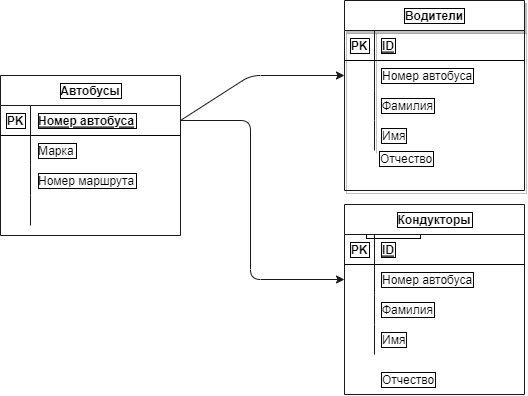
Earlier version of the draw.io export HomeWorks/IntroToDataBase/Lesson1/Структура.drawio.png (VasiliyMikhaylov91/HomeWorks_C-). Source tidied: cells renumbered, new cells last; positions are measured from the earlier drawing's top-left corner, leaving out a move shared by most shapes.
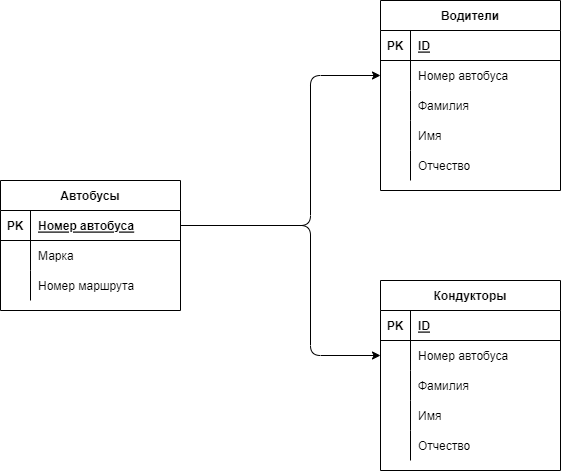
Above is the later version.

Commit message:
Correct image Lesson1 ITDB

What changed in the source:
```diff
@@ -2,146 +2,147 @@
   <root>
     <mxCell id="0" />
     <mxCell id="1" parent="0" />
-    <mxCell id="2" value="Автобусы" style="shape=table;startSize=30;rowLines=0;fontStyle=1;align=center;labelBackgroundColor=default;labelBorderColor=default;swimlaneFillColor=none;gradientColor=none;strokeColor=#1A1A1A;" parent="1" vertex="1">
-      <mxGeometry y="75" width="180" height="160" as="geometry" />
+    <mxCell id="2" value="Автобусы" style="shape=table;startSize=30;rowLines=0;fontStyle=1;align=center;" parent="1" vertex="1">
+      <mxGeometry x="50" y="265" width="180" height="130" as="geometry" />
     </mxCell>
-    <mxCell id="3" style="shape=partialRectangle;fillColor=none;top=0;left=0;bottom=1;right=0;points=[[0,0.5],[1,0.5]];portConstraint=eastwest;labelBackgroundColor=default;labelBorderColor=default;" parent="2" vertex="1">
-      <mxGeometry y="30" width="180" height="30" as="geometry" />
-    </mxCell>
-    <mxCell id="4" value="PK" style="shape=partialRectangle;fillColor=none;top=0;left=0;bottom=0;right=0;fontStyle=1;overflow=hidden;labelBackgroundColor=default;labelBorderColor=default;" parent="3" vertex="1">
-      <mxGeometry width="30" height="30" as="geometry" />
-    </mxCell>
-    <mxCell id="5" value="Номер автобуса" style="shape=partialRectangle;fillColor=none;top=0;left=0;bottom=0;right=0;align=left;spacingLeft=6;fontStyle=5;overflow=hidden;labelBackgroundColor=default;labelBorderColor=default;" parent="3" vertex="1">
-      <mxGeometry x="30" width="150" height="30" as="geometry" />
-    </mxCell>
-    <mxCell id="6" style="shape=partialRectangle;fillColor=none;top=0;left=0;bottom=0;right=0;labelBackgroundColor=default;labelBorderColor=default;" parent="2" vertex="1">
-      <mxGeometry y="60" width="180" height="30" as="geometry" />
-    </mxCell>
-    <mxCell id="7" style="shape=partialRectangle;fillColor=none;top=0;left=0;bottom=0;right=0;overflow=hidden;labelBackgroundColor=default;labelBorderColor=default;" parent="6" vertex="1">
-      <mxGeometry width="30" height="30" as="geometry" />
-    </mxCell>
+    <mxCell id="46" style="shape=partialRectangle;fillColor=none;top=0;left=0;bottom=1;right=0;points=[[0,0.5],[1,0.5]];portConstraint=eastwest;" parent="2" vertex="1">
+      <mxGeometry y="30" width="180" height="30" as="geometry" />
+    </mxCell>
+    <mxCell id="47" value="PK" style="shape=partialRectangle;fillColor=none;top=0;left=0;bottom=0;right=0;fontStyle=1;overflow=hidden;" parent="46" vertex="1">
+      <mxGeometry width="30" height="30" as="geometry" />
+    </mxCell>
+    <mxCell id="48" value="Номер автобуса" style="shape=partialRectangle;fillColor=none;top=0;left=0;bottom=0;right=0;align=left;spacingLeft=6;fontStyle=5;overflow=hidden;" parent="46" vertex="1">
+      <mxGeometry x="30" width="150" height="30" as="geometry" />
+    </mxCell>
+    <mxCell id="49" style="shape=partialRectangle;fillColor=none;top=0;left=0;bottom=0;right=0;" parent="2" vertex="1">
+      <mxGeometry y="60" width="180" height="30" as="geometry" />
+    </mxCell>
+    <mxCell id="50" style="shape=partialRectangle;fillColor=none;top=0;left=0;bottom=0;right=0;overflow=hidden;" parent="49" vertex="1">
+      <mxGeometry width="30" height="30" as="geometry" />
+    </mxCell>
-    <mxCell id="8" value="Марка" style="shape=partialRectangle;fillColor=none;top=0;left=0;bottom=0;right=0;align=left;spacingLeft=6;overflow=hidden;labelBackgroundColor=default;labelBorderColor=default;" parent="6" vertex="1">
+    <mxCell id="8" value="Марка" style="shape=partialRectangle;fillColor=none;top=0;left=0;bottom=0;right=0;align=left;spacingLeft=6;overflow=hidden;" parent="49" vertex="1">
       <mxGeometry x="30" width="150" height="30" as="geometry" />
     </mxCell>
-    <mxCell id="9" style="shape=partialRectangle;fillColor=none;top=0;left=0;bottom=0;right=0;labelBackgroundColor=default;labelBorderColor=default;" parent="2" vertex="1">
-      <mxGeometry y="90" width="180" height="30" as="geometry" />
-    </mxCell>
-    <mxCell id="10" style="shape=partialRectangle;fillColor=none;top=0;left=0;bottom=0;right=0;overflow=hidden;labelBackgroundColor=default;labelBorderColor=default;" parent="9" vertex="1">
-      <mxGeometry width="30" height="30" as="geometry" />
-    </mxCell>
+    <mxCell id="51" style="shape=partialRectangle;fillColor=none;top=0;left=0;bottom=0;right=0;" parent="2" vertex="1">
+      <mxGeometry y="90" width="180" height="30" as="geometry" />
+    </mxCell>
+    <mxCell id="52" style="shape=partialRectangle;fillColor=none;top=0;left=0;bottom=0;right=0;overflow=hidden;" parent="51" vertex="1">
+      <mxGeometry width="30" height="30" as="geometry" />
+    </mxCell>
-    <mxCell id="11" value="Номер маршрута" style="shape=partialRectangle;fillColor=none;top=0;left=0;bottom=0;right=0;align=left;spacingLeft=6;overflow=hidden;labelBackgroundColor=default;labelBorderColor=default;" parent="9" vertex="1">
+    <mxCell id="11" value="Номер маршрута" style="shape=partialRectangle;fillColor=none;top=0;left=0;bottom=0;right=0;align=left;spacingLeft=6;overflow=hidden;" parent="51" vertex="1">
       <mxGeometry x="30" width="150" height="30" as="geometry" />
     </mxCell>
-    <mxCell id="12" style="shape=partialRectangle;fillColor=none;top=0;left=0;bottom=0;right=0;labelBackgroundColor=default;labelBorderColor=default;" parent="2" vertex="1">
-      <mxGeometry y="120" width="180" height="30" as="geometry" />
-    </mxCell>
-    <mxCell id="13" style="shape=partialRectangle;fillColor=none;top=0;left=0;bottom=0;right=0;overflow=hidden;labelBackgroundColor=default;labelBorderColor=default;" parent="12" vertex="1">
-      <mxGeometry width="30" height="30" as="geometry" />
-    </mxCell>
-    <mxCell id="14" style="shape=partialRectangle;fillColor=none;top=0;left=0;bottom=0;right=0;align=left;spacingLeft=6;overflow=hidden;labelBackgroundColor=default;labelBorderColor=default;" parent="12" vertex="1">
-      <mxGeometry x="30" width="150" height="30" as="geometry" />
-    </mxCell>
-    <mxCell id="15" value="Водители" style="shape=table;startSize=30;rowLines=0;fontStyle=1;align=center;labelBackgroundColor=default;labelBorderColor=default;shadow=1;strokeColor=#1A1A1A;" parent="1" vertex="1">
-      <mxGeometry x="344" width="180" height="190" as="geometry" />
+    <mxCell id="15" value="Водители" style="shape=table;startSize=30;rowLines=0;fontStyle=1;align=center;" parent="1" vertex="1">
+      <mxGeometry x="430" y="85" width="180" height="190" as="geometry" />
     </mxCell>
-    <mxCell id="16" style="shape=partialRectangle;fillColor=none;top=0;left=0;bottom=1;right=0;labelBackgroundColor=default;labelBorderColor=default;" parent="15" vertex="1">
-      <mxGeometry y="30" width="180" height="30" as="geometry" />
-    </mxCell>
-    <mxCell id="17" value="PK" style="shape=partialRectangle;fillColor=none;top=0;left=0;bottom=0;right=0;fontStyle=1;overflow=hidden;labelBackgroundColor=default;labelBorderColor=default;" parent="16" vertex="1">
-      <mxGeometry width="30" height="30" as="geometry" />
-    </mxCell>
-    <mxCell id="18" value="ID" style="shape=partialRectangle;fillColor=none;top=0;left=0;bottom=0;right=0;align=left;spacingLeft=6;fontStyle=5;overflow=hidden;labelBackgroundColor=default;labelBorderColor=default;" parent="16" vertex="1">
-      <mxGeometry x="30" width="150" height="30" as="geometry" />
-    </mxCell>
-    <mxCell id="19" style="shape=partialRectangle;fillColor=none;top=0;left=0;bottom=0;right=0;points=[[0,0.5],[1,0.5]];portConstraint=eastwest;labelBackgroundColor=default;labelBorderColor=default;" parent="15" vertex="1">
-      <mxGeometry y="60" width="180" height="30" as="geometry" />
-    </mxCell>
-    <mxCell id="20" style="shape=partialRectangle;fillColor=none;top=0;left=0;bottom=0;right=0;overflow=hidden;labelBackgroundColor=default;labelBorderColor=default;" parent="19" vertex="1">
-      <mxGeometry width="30" height="30" as="geometry" />
-    </mxCell>
-    <mxCell id="21" value="Номер автобуса" style="shape=partialRectangle;fillColor=none;top=0;left=0;bottom=0;right=0;align=left;spacingLeft=6;overflow=hidden;labelBackgroundColor=default;labelBorderColor=default;" parent="19" vertex="1">
-      <mxGeometry x="30" width="150" height="30" as="geometry" />
-    </mxCell>
-    <mxCell id="22" style="shape=partialRectangle;fillColor=none;top=0;left=0;bottom=0;right=0;labelBackgroundColor=default;labelBorderColor=default;" parent="15" vertex="1">
-      <mxGeometry y="90" width="180" height="30" as="geometry" />
-    </mxCell>
-    <mxCell id="23" style="shape=partialRectangle;fillColor=none;top=0;left=0;bottom=0;right=0;overflow=hidden;labelBackgroundColor=default;labelBorderColor=default;" parent="22" vertex="1">
-      <mxGeometry width="30" height="30" as="geometry" />
-    </mxCell>
-    <mxCell id="24" value="Фамилия" style="shape=partialRectangle;fillColor=none;top=0;left=0;bottom=0;right=0;align=left;spacingLeft=6;overflow=hidden;labelBackgroundColor=default;labelBorderColor=default;" parent="22" vertex="1">
-      <mxGeometry x="30" width="150" height="30" as="geometry" />
-    </mxCell>
-    <mxCell id="25" style="shape=partialRectangle;fillColor=none;top=0;left=0;bottom=0;right=0;labelBackgroundColor=default;labelBorderColor=default;" parent="15" vertex="1">
-      <mxGeometry y="120" width="180" height="30" as="geometry" />
-    </mxCell>
-    <mxCell id="26" style="shape=partialRectangle;fillColor=none;top=0;left=0;bottom=0;right=0;overflow=hidden;labelBackgroundColor=default;labelBorderColor=default;" parent="25" vertex="1">
-      <mxGeometry width="30" height="30" as="geometry" />
-    </mxCell>
-    <mxCell id="27" value="Имя" style="shape=partialRectangle;fillColor=none;top=0;left=0;bottom=0;right=0;align=left;spacingLeft=6;overflow=hidden;labelBackgroundColor=default;labelBorderColor=default;" parent="25" vertex="1">
-      <mxGeometry x="30" width="150" height="30" as="geometry" />
-    </mxCell>
-    <mxCell id="28" value="Отчество" style="shape=partialRectangle;fillColor=none;top=0;left=0;bottom=0;right=0;align=left;spacingLeft=6;overflow=hidden;labelBackgroundColor=default;labelBorderColor=default;" parent="1" vertex="1">
-      <mxGeometry x="359" y="215" width="150" height="30" as="geometry" />
-    </mxCell>
-    <mxCell id="29" style="edgeStyle=none;html=1;exitX=1;exitY=0.5;exitDx=0;exitDy=0;entryX=0;entryY=0.5;entryDx=0;entryDy=0;labelBackgroundColor=default;labelBorderColor=default;strokeColor=#1A1A1A;" parent="1" edge="1" source="3" target="19">
-      <mxGeometry relative="1" as="geometry">
-        <Array as="points">
-          <mxPoint x="250" y="75" />
-        </Array>
-      </mxGeometry>
-    </mxCell>
-    <mxCell id="30" value="Отчество" style="shape=partialRectangle;fillColor=none;top=0;left=0;bottom=0;right=0;align=left;spacingLeft=6;overflow=hidden;labelBackgroundColor=default;labelBorderColor=default;" parent="1" vertex="1">
-      <mxGeometry x="374" y="364" width="150" height="30" as="geometry" />
-    </mxCell>
-    <mxCell id="31" value="Отчество" style="shape=partialRectangle;fillColor=none;top=0;left=0;bottom=0;right=0;align=left;spacingLeft=6;overflow=hidden;labelBackgroundColor=default;labelBorderColor=default;" parent="1" vertex="1">
-      <mxGeometry x="372" y="143" width="150" height="30" as="geometry" />
-    </mxCell>
-    <mxCell id="32" style="edgeStyle=none;html=1;exitX=1;exitY=0.5;exitDx=0;exitDy=0;entryX=0;entryY=0.5;entryDx=0;entryDy=0;labelBackgroundColor=default;labelBorderColor=default;strokeColor=#1A1A1A;" parent="1" edge="1" source="3" target="37">
-      <mxGeometry relative="1" as="geometry">
-        <Array as="points">
-          <mxPoint x="250" y="120" />
-          <mxPoint x="250" y="279" />
-        </Array>
-      </mxGeometry>
-    </mxCell>
+    <mxCell id="53" style="shape=partialRectangle;fillColor=none;top=0;left=0;bottom=1;right=0;" parent="15" vertex="1">
+      <mxGeometry y="30" width="180" height="30" as="geometry" />
+    </mxCell>
+    <mxCell id="54" value="PK" style="shape=partialRectangle;fillColor=none;top=0;left=0;bottom=0;right=0;fontStyle=1;overflow=hidden;" parent="53" vertex="1">
+      <mxGeometry width="30" height="30" as="geometry" />
+    </mxCell>
+    <mxCell id="55" value="ID" style="shape=partialRectangle;fillColor=none;top=0;left=0;bottom=0;right=0;align=left;spacingLeft=6;fontStyle=5;overflow=hidden;" parent="53" vertex="1">
+      <mxGeometry x="30" width="150" height="30" as="geometry" />
+    </mxCell>
+    <mxCell id="56" style="shape=partialRectangle;fillColor=none;top=0;left=0;bottom=0;right=0;points=[[0,0.5],[1,0.5]];portConstraint=eastwest;" parent="15" vertex="1">
+      <mxGeometry y="60" width="180" height="30" as="geometry" />
+    </mxCell>
+    <mxCell id="57" style="shape=partialRectangle;fillColor=none;top=0;left=0;bottom=0;right=0;overflow=hidden;" parent="56" vertex="1">
+      <mxGeometry width="30" height="30" as="geometry" />
+    </mxCell>
+    <mxCell id="58" value="Номер автобуса" style="shape=partialRectangle;fillColor=none;top=0;left=0;bottom=0;right=0;align=left;spacingLeft=6;overflow=hidden;" parent="56" vertex="1">
+      <mxGeometry x="30" width="150" height="30" as="geometry" />
+    </mxCell>
+    <mxCell id="59" style="shape=partialRectangle;fillColor=none;top=0;left=0;bottom=0;right=0;" parent="15" vertex="1">
+      <mxGeometry y="90" width="180" height="30" as="geometry" />
+    </mxCell>
+    <mxCell id="60" style="shape=partialRectangle;fillColor=none;top=0;left=0;bottom=0;right=0;overflow=hidden;" parent="59" vertex="1">
+      <mxGeometry width="30" height="30" as="geometry" />
+    </mxCell>
+    <mxCell id="61" value="Фамилия" style="shape=partialRectangle;fillColor=none;top=0;left=0;bottom=0;right=0;align=left;spacingLeft=6;overflow=hidden;" parent="59" vertex="1">
+      <mxGeometry x="30" width="150" height="30" as="geometry" />
+    </mxCell>
+    <mxCell id="62" style="shape=partialRectangle;fillColor=none;top=0;left=0;bottom=0;right=0;" parent="15" vertex="1">
+      <mxGeometry y="120" width="180" height="30" as="geometry" />
+    </mxCell>
+    <mxCell id="63" style="shape=partialRectangle;fillColor=none;top=0;left=0;bottom=0;right=0;overflow=hidden;" parent="62" vertex="1">
+      <mxGeometry width="30" height="30" as="geometry" />
+    </mxCell>
+    <mxCell id="64" value="Имя" style="shape=partialRectangle;fillColor=none;top=0;left=0;bottom=0;right=0;align=left;spacingLeft=6;overflow=hidden;" parent="62" vertex="1">
+      <mxGeometry x="30" width="150" height="30" as="geometry" />
+    </mxCell>
+    <mxCell id="65" style="shape=partialRectangle;fillColor=none;top=0;left=0;bottom=0;right=0;" parent="15" vertex="1">
+      <mxGeometry y="150" width="180" height="30" as="geometry" />
+    </mxCell>
+    <mxCell id="66" style="shape=partialRectangle;fillColor=none;top=0;left=0;bottom=0;right=0;overflow=hidden;" parent="65" vertex="1">
+      <mxGeometry width="30" height="30" as="geometry" />
+    </mxCell>
+    <mxCell id="67" value="Отчество" style="shape=partialRectangle;fillColor=none;top=0;left=0;bottom=0;right=0;align=left;spacingLeft=6;overflow=hidden;" parent="65" vertex="1">
+      <mxGeometry x="30" width="150" height="30" as="geometry" />
+    </mxCell>
-    <mxCell id="33" value="Кондукторы" style="shape=table;startSize=30;rowLines=0;fontStyle=1;align=center;labelBackgroundColor=default;labelBorderColor=default;strokeColor=#1A1A1A;" parent="1" vertex="1">
-      <mxGeometry x="344" y="204" width="180" height="190" as="geometry" />
+    <mxCell id="33" value="Кондукторы" style="shape=table;startSize=30;rowLines=0;fontStyle=1;align=center;" parent="1" vertex="1">
+      <mxGeometry x="430" y="365" width="180" height="190" as="geometry" />
     </mxCell>
-    <mxCell id="34" style="shape=partialRectangle;fillColor=none;top=0;left=0;bottom=1;right=0;labelBackgroundColor=default;labelBorderColor=default;" parent="33" vertex="1">
-      <mxGeometry y="30" width="180" height="30" as="geometry" />
-    </mxCell>
-    <mxCell id="35" value="PK" style="shape=partialRectangle;fillColor=none;top=0;left=0;bottom=0;right=0;fontStyle=1;overflow=hidden;labelBackgroundColor=default;labelBorderColor=default;" parent="34" vertex="1">
-      <mxGeometry width="30" height="30" as="geometry" />
-    </mxCell>
-    <mxCell id="36" value="ID" style="shape=partialRectangle;fillColor=none;top=0;left=0;bottom=0;right=0;align=left;spacingLeft=6;fontStyle=5;overflow=hidden;labelBackgroundColor=default;labelBorderColor=default;" parent="34" vertex="1">
-      <mxGeometry x="30" width="150" height="30" as="geometry" />
-    </mxCell>
-    <mxCell id="37" style="shape=partialRectangle;fillColor=none;top=0;left=0;bottom=0;right=0;points=[[0,0.5],[1,0.5]];portConstraint=eastwest;labelBackgroundColor=default;labelBorderColor=default;" parent="33" vertex="1">
-      <mxGeometry y="60" width="180" height="30" as="geometry" />
-    </mxCell>
-    <mxCell id="38" style="shape=partialRectangle;fillColor=none;top=0;left=0;bottom=0;right=0;overflow=hidden;labelBackgroundColor=default;labelBorderColor=default;" parent="37" vertex="1">
-      <mxGeometry width="30" height="30" as="geometry" />
-    </mxCell>
-    <mxCell id="39" value="Номер автобуса" style="shape=partialRectangle;fillColor=none;top=0;left=0;bottom=0;right=0;align=left;spacingLeft=6;overflow=hidden;labelBackgroundColor=default;labelBorderColor=default;" parent="37" vertex="1">
-      <mxGeometry x="30" width="150" height="30" as="geometry" />
-    </mxCell>
-    <mxCell id="40" style="shape=partialRectangle;fillColor=none;top=0;left=0;bottom=0;right=0;labelBackgroundColor=default;labelBorderColor=default;" parent="33" vertex="1">
-      <mxGeometry y="90" width="180" height="30" as="geometry" />
-    </mxCell>
-    <mxCell id="41" style="shape=partialRectangle;fillColor=none;top=0;left=0;bottom=0;right=0;overflow=hidden;labelBackgroundColor=default;labelBorderColor=default;" parent="40" vertex="1">
-      <mxGeometry width="30" height="30" as="geometry" />
-    </mxCell>
-    <mxCell id="42" value="Фамилия" style="shape=partialRectangle;fillColor=none;top=0;left=0;bottom=0;right=0;align=left;spacingLeft=6;overflow=hidden;labelBackgroundColor=default;labelBorderColor=default;" parent="40" vertex="1">
-      <mxGeometry x="30" width="150" height="30" as="geometry" />
-    </mxCell>
-    <mxCell id="43" style="shape=partialRectangle;fillColor=none;top=0;left=0;bottom=0;right=0;labelBackgroundColor=default;labelBorderColor=default;" parent="33" vertex="1">
-      <mxGeometry y="120" width="180" height="30" as="geometry" />
-    </mxCell>
-    <mxCell id="44" style="shape=partialRectangle;fillColor=none;top=0;left=0;bottom=0;right=0;overflow=hidden;labelBackgroundColor=default;labelBorderColor=default;" parent="43" vertex="1">
-      <mxGeometry width="30" height="30" as="geometry" />
-    </mxCell>
-    <mxCell id="45" value="Имя" style="shape=partialRectangle;fillColor=none;top=0;left=0;bottom=0;right=0;align=left;spacingLeft=6;overflow=hidden;labelBackgroundColor=default;labelBorderColor=default;" parent="43" vertex="1">
-      <mxGeometry x="30" width="150" height="30" as="geometry" />
-    </mxCell>
+    <mxCell id="68" style="shape=partialRectangle;fillColor=none;top=0;left=0;bottom=1;right=0;" parent="33" vertex="1">
+      <mxGeometry y="30" width="180" height="30" as="geometry" />
+    </mxCell>
+    <mxCell id="69" value="PK" style="shape=partialRectangle;fillColor=none;top=0;left=0;bottom=0;right=0;fontStyle=1;overflow=hidden;" parent="68" vertex="1">
+      <mxGeometry width="30" height="30" as="geometry" />
+    </mxCell>
+    <mxCell id="70" value="ID" style="shape=partialRectangle;fillColor=none;top=0;left=0;bottom=0;right=0;align=left;spacingLeft=6;fontStyle=5;overflow=hidden;" parent="68" vertex="1">
+      <mxGeometry x="30" width="150" height="30" as="geometry" />
+    </mxCell>
+    <mxCell id="71" style="shape=partialRectangle;fillColor=none;top=0;left=0;bottom=0;right=0;points=[[0,0.5],[1,0.5]];portConstraint=eastwest;" parent="33" vertex="1">
+      <mxGeometry y="60" width="180" height="30" as="geometry" />
+    </mxCell>
+    <mxCell id="72" style="shape=partialRectangle;fillColor=none;top=0;left=0;bottom=0;right=0;overflow=hidden;" parent="71" vertex="1">
+      <mxGeometry width="30" height="30" as="geometry" />
+    </mxCell>
+    <mxCell id="73" value="Номер автобуса" style="shape=partialRectangle;fillColor=none;top=0;left=0;bottom=0;right=0;align=left;spacingLeft=6;overflow=hidden;" parent="71" vertex="1">
+      <mxGeometry x="30" width="150" height="30" as="geometry" />
+    </mxCell>
+    <mxCell id="74" style="shape=partialRectangle;fillColor=none;top=0;left=0;bottom=0;right=0;" parent="33" vertex="1">
+      <mxGeometry y="90" width="180" height="30" as="geometry" />
+    </mxCell>
+    <mxCell id="75" style="shape=partialRectangle;fillColor=none;top=0;left=0;bottom=0;right=0;overflow=hidden;" parent="74" vertex="1">
+      <mxGeometry width="30" height="30" as="geometry" />
+    </mxCell>
+    <mxCell id="76" value="Фамилия" style="shape=partialRectangle;fillColor=none;top=0;left=0;bottom=0;right=0;align=left;spacingLeft=6;overflow=hidden;" parent="74" vertex="1">
+      <mxGeometry x="30" width="150" height="30" as="geometry" />
+    </mxCell>
+    <mxCell id="77" style="shape=partialRectangle;fillColor=none;top=0;left=0;bottom=0;right=0;" parent="33" vertex="1">
+      <mxGeometry y="120" width="180" height="30" as="geometry" />
+    </mxCell>
+    <mxCell id="78" style="shape=partialRectangle;fillColor=none;top=0;left=0;bottom=0;right=0;overflow=hidden;" parent="77" vertex="1">
+      <mxGeometry width="30" height="30" as="geometry" />
+    </mxCell>
+    <mxCell id="79" value="Имя" style="shape=partialRectangle;fillColor=none;top=0;left=0;bottom=0;right=0;align=left;spacingLeft=6;overflow=hidden;" parent="77" vertex="1">
+      <mxGeometry x="30" width="150" height="30" as="geometry" />
+    </mxCell>
+    <mxCell id="80" style="shape=partialRectangle;fillColor=none;top=0;left=0;bottom=0;right=0;" parent="33" vertex="1">
+      <mxGeometry y="150" width="180" height="30" as="geometry" />
+    </mxCell>
+    <mxCell id="81" style="shape=partialRectangle;fillColor=none;top=0;left=0;bottom=0;right=0;overflow=hidden;" parent="80" vertex="1">
+      <mxGeometry width="30" height="30" as="geometry" />
+    </mxCell>
+    <mxCell id="82" value="Отчество" style="shape=partialRectangle;fillColor=none;top=0;left=0;bottom=0;right=0;align=left;spacingLeft=6;overflow=hidden;" parent="80" vertex="1">
+      <mxGeometry x="30" width="150" height="30" as="geometry" />
+    </mxCell>
+    <mxCell id="83" style="edgeStyle=none;html=1;entryX=0;entryY=0.5;entryDx=0;entryDy=0;exitX=1;exitY=0.5;exitDx=0;exitDy=0;" parent="1" edge="1" source="46" target="56">
+      <mxGeometry relative="1" as="geometry">
+        <Array as="points">
+          <mxPoint x="360" y="310" />
+          <mxPoint x="360" y="160" />
+        </Array>
+      </mxGeometry>
+    </mxCell>
+    <mxCell id="84" style="edgeStyle=none;html=1;exitX=1;exitY=0.5;exitDx=0;exitDy=0;entryX=0;entryY=0.5;entryDx=0;entryDy=0;" parent="1" edge="1" source="46" target="71">
+      <mxGeometry relative="1" as="geometry">
+        <Array as="points">
+          <mxPoint x="360" y="310" />
+          <mxPoint x="360" y="440" />
+        </Array>
+      </mxGeometry>
+    </mxCell>
   </root>
 </mxGraphModel>
```
